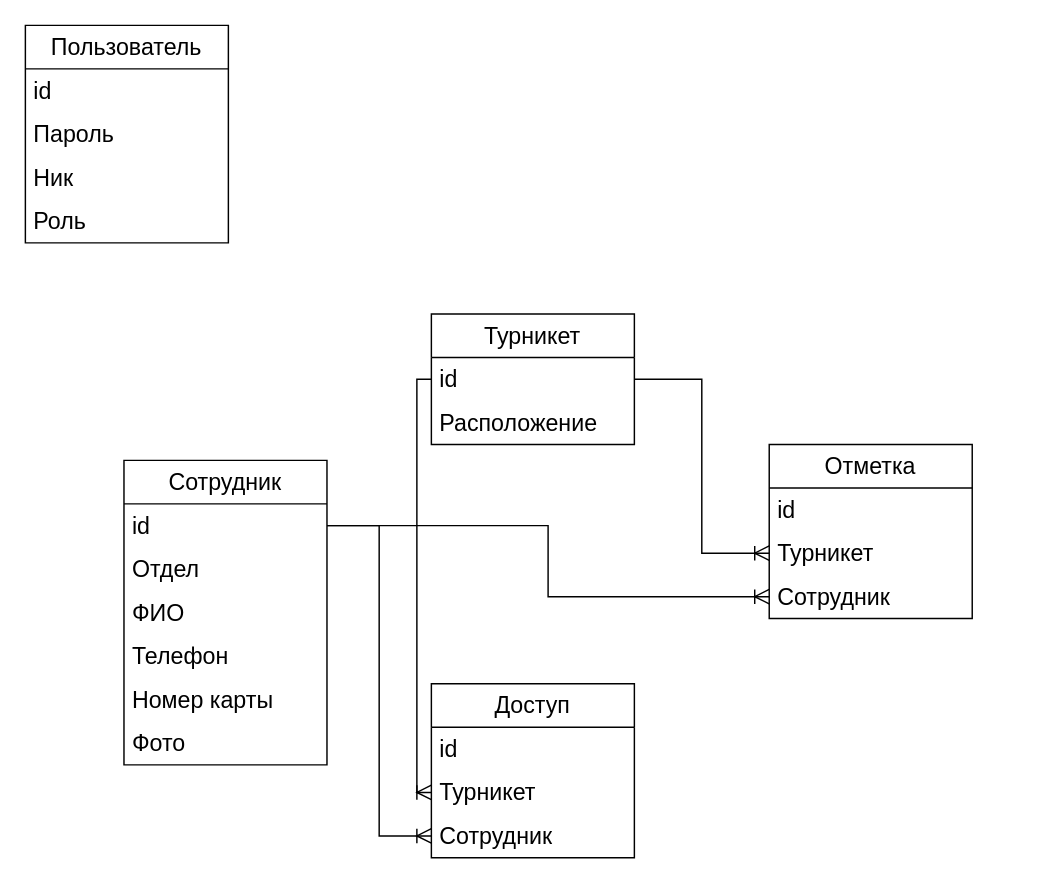
This is схема.drawio from MaxHaPa6oTe/back_tyrniket, a draw.io file, before an edit. Source tidied: cells renumbered, new cells numbered last; positions are measured from the earlier drawing's top-left corner, leaving out a move shared by most shapes. Both pictures are drawn from the tidied source at 145%, with x=0, y=0 at pixel (25, 25).
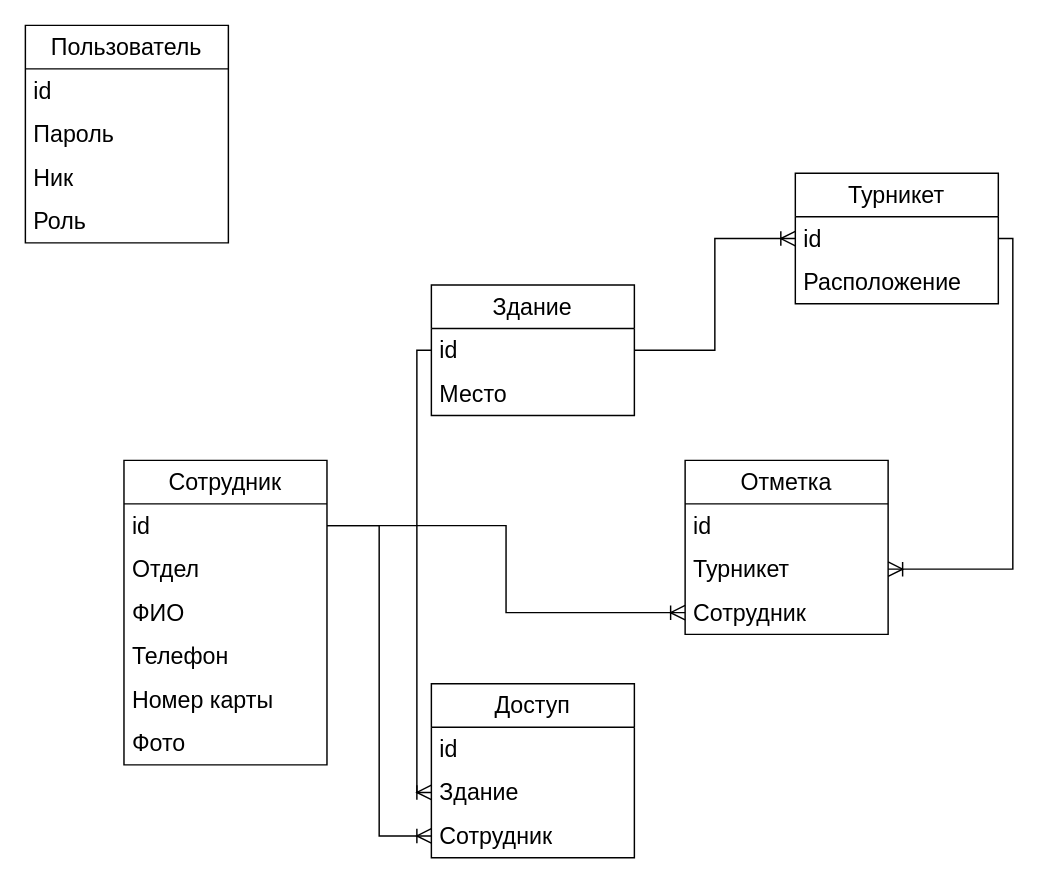
After the change.

The change refers to these unchanged cells:
```xml
<mxCell id="15" value="id" style="text;strokeColor=none;fillColor=none;align=left;verticalAlign=middle;spacingLeft=4;spacingRight=4;overflow=hidden;points=[[0,0.5],[1,0.5]];portConstraint=eastwest;whiteSpace=wrap;html=1;fontSize=16;" parent="14" vertex="1">
  <mxGeometry y="30" width="140" height="30" as="geometry" />
</mxCell>
<mxCell id="17" value="Доступ" style="swimlane;fontStyle=0;horizontal=1;startSize=30;whiteSpace=wrap;html=1;fontSize=16;" parent="1" vertex="1">
  <mxGeometry x="280" y="454" width="140" height="120" as="geometry" />
</mxCell>
<mxCell id="23" value="Турникет" style="text;strokeColor=none;fillColor=none;align=left;verticalAlign=middle;spacingLeft=4;spacingRight=4;overflow=hidden;points=[[0,0.5],[1,0.5]];portConstraint=eastwest;whiteSpace=wrap;html=1;fontSize=16;" parent="21" vertex="1">
  <mxGeometry y="60" width="140" height="30" as="geometry" />
</mxCell>
```

Diff of the diagram source:
```diff
@@
     <mxCell id="14" value="Турникет" style="swimlane;fontStyle=0;horizontal=1;startSize=30;whiteSpace=wrap;html=1;fontSize=16;" parent="1" vertex="1">
-      <mxGeometry x="280" y="199" width="140" height="90" as="geometry" />
+      <mxGeometry x="531" y="102" width="140" height="90" as="geometry" />
     </mxCell>
@@
-    <mxCell id="19" value="Турникет" style="text;strokeColor=none;fillColor=none;align=left;verticalAlign=middle;spacingLeft=4;spacingRight=4;overflow=hidden;points=[[0,0.5],[1,0.5]];portConstraint=eastwest;whiteSpace=wrap;html=1;fontSize=16;" parent="17" vertex="1">
+    <mxCell id="19" value="Здание" style="text;strokeColor=none;fillColor=none;align=left;verticalAlign=middle;spacingLeft=4;spacingRight=4;overflow=hidden;points=[[0,0.5],[1,0.5]];portConstraint=eastwest;whiteSpace=wrap;html=1;fontSize=16;" parent="17" vertex="1">
       <mxGeometry y="60" width="140" height="30" as="geometry" />
     </mxCell>
@@
     <mxCell id="21" value="Отметка" style="swimlane;fontStyle=0;horizontal=1;startSize=30;whiteSpace=wrap;html=1;fontSize=16;" parent="1" vertex="1">
-      <mxGeometry x="513" y="289" width="140" height="120" as="geometry" />
+      <mxGeometry x="455" y="300" width="140" height="120" as="geometry" />
     </mxCell>
@@
-    <mxCell id="26" style="edgeStyle=orthogonalEdgeStyle;fontSize=12;html=1;endArrow=ERoneToMany;rounded=0;startSize=8;endSize=8;entryX=0;entryY=0.5;entryDx=0;entryDy=0;" parent="1" edge="1" source="15" target="19">
+    <mxCell id="26" style="edgeStyle=orthogonalEdgeStyle;fontSize=12;html=1;endArrow=ERoneToMany;rounded=0;startSize=8;endSize=8;entryX=0;entryY=0.5;entryDx=0;entryDy=0;" parent="1" edge="1" source="30" target="19">
       <mxGeometry relative="1" as="geometry" />
     </mxCell>
@@
+    <mxCell id="29" value="Здание" style="swimlane;fontStyle=0;horizontal=1;startSize=30;whiteSpace=wrap;html=1;fontSize=16;" parent="1" vertex="1">
+      <mxGeometry x="280" y="179" width="140" height="90" as="geometry" />
+    </mxCell>
+    <mxCell id="30" value="id" style="text;strokeColor=none;fillColor=none;align=left;verticalAlign=middle;spacingLeft=4;spacingRight=4;overflow=hidden;points=[[0,0.5],[1,0.5]];portConstraint=eastwest;whiteSpace=wrap;html=1;fontSize=16;" parent="29" vertex="1">
+      <mxGeometry y="30" width="140" height="30" as="geometry" />
+    </mxCell>
+    <mxCell id="31" value="Место" style="text;strokeColor=none;fillColor=none;align=left;verticalAlign=middle;spacingLeft=4;spacingRight=4;overflow=hidden;whiteSpace=wrap;html=1;fontSize=16;" parent="29" vertex="1">
+      <mxGeometry y="60" width="140" height="30" as="geometry" />
+    </mxCell>
+    <mxCell id="32" style="edgeStyle=orthogonalEdgeStyle;fontSize=12;html=1;endArrow=ERoneToMany;rounded=0;startSize=8;endSize=8;" parent="1" edge="1" source="30" target="15">
+      <mxGeometry relative="1" as="geometry" />
+    </mxCell>
-    <mxCell id="28" style="edgeStyle=orthogonalEdgeStyle;fontSize=12;html=1;endArrow=ERoneToMany;rounded=0;startSize=8;endSize=8;entryX=0;entryY=0.5;entryDx=0;entryDy=0;" parent="1" edge="1" source="15" target="23">
+    <mxCell id="28" style="edgeStyle=orthogonalEdgeStyle;fontSize=12;html=1;endArrow=ERoneToMany;rounded=0;startSize=8;endSize=8;entryX=1;entryY=0.5;entryDx=0;entryDy=0;exitX=1;exitY=0.5;exitDx=0;exitDy=0;" parent="1" edge="1" source="15" target="23">
       <mxGeometry relative="1" as="geometry" />
     </mxCell>
```
